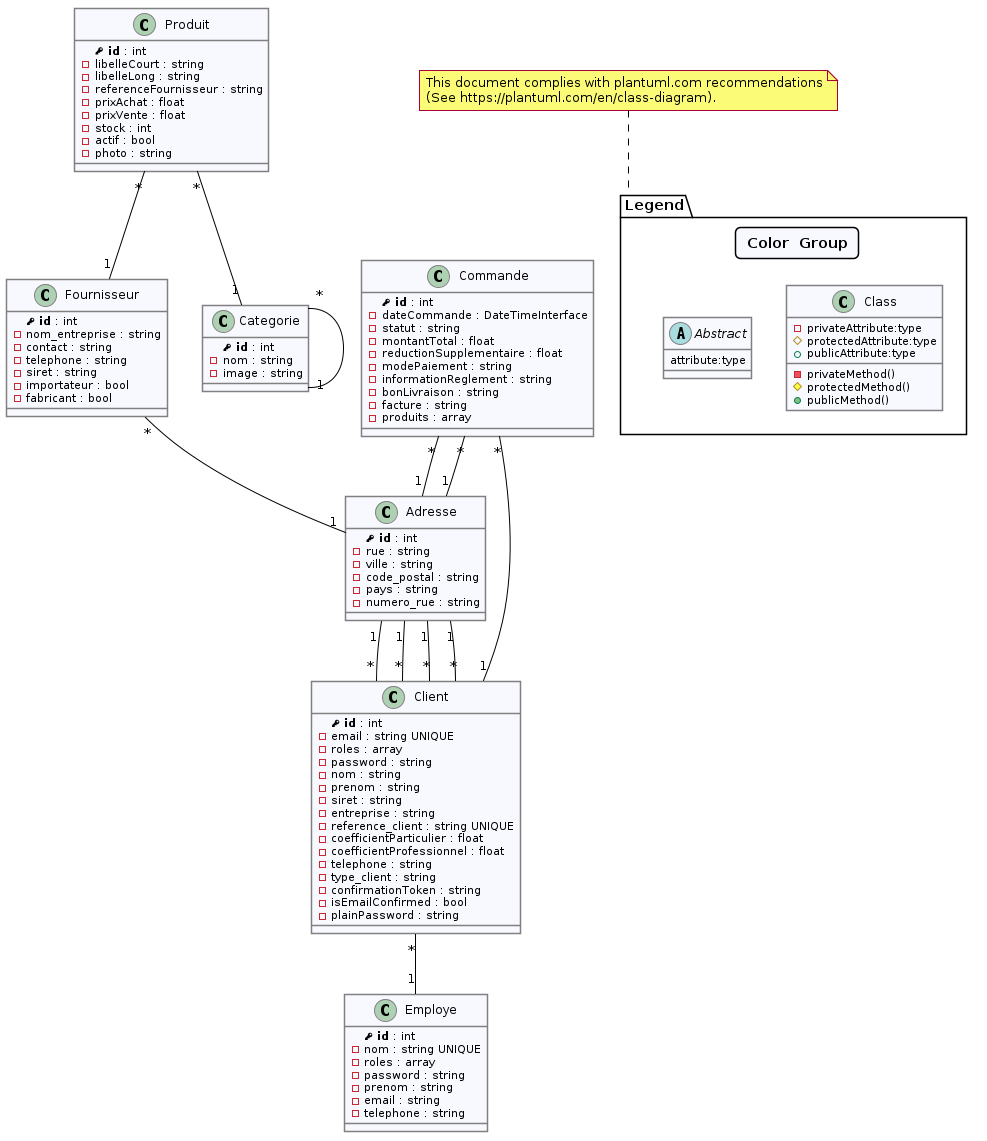
Earlier version of the PlantUML export classes.png (clemence95/villagegreen).
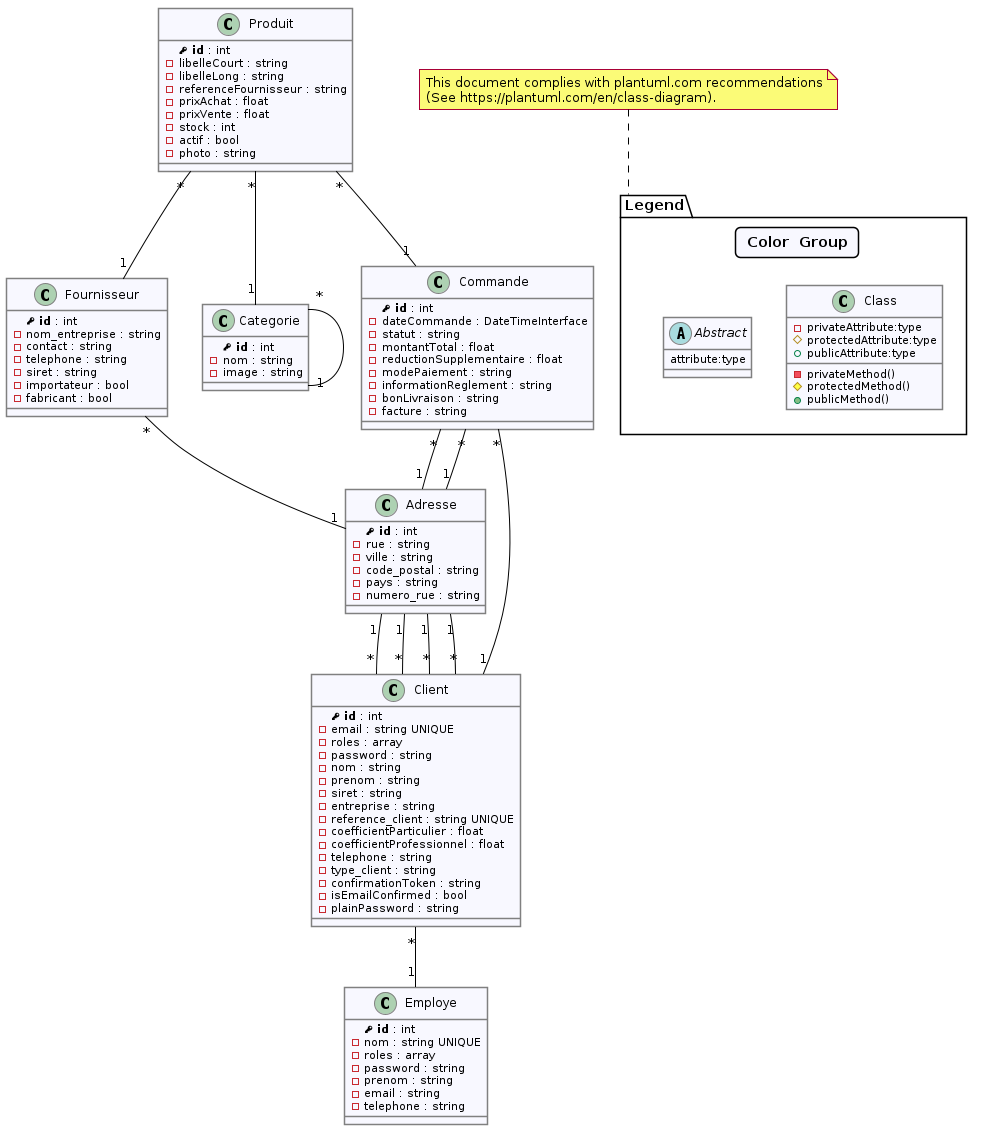
The same file after the commit.

The edit, as a diff of the source:
```diff
@@ -89,11 +89,11 @@
   -informationReglement : string
   -bonLivraison : string
   -facture : string
-  -produits : array
 }
 
 Produit "*" -- "1" Categorie
 Produit "*" -- "1" Fournisseur
+Produit "*" -- "1" Commande
 Fournisseur "*" -- "1" Adresse
 Adresse "1" -- "*" Client
 Adresse "1" -- "*" Client
```
